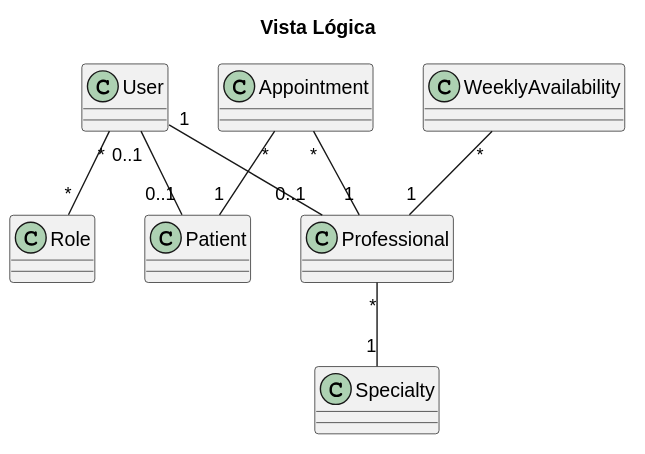
astern22/Piedrazul keeps this PlantUML diagram as docs/4 + 1/vista-logica.svg. Above is the earlier version. The source it was exported from:
```plantuml
@startuml
title Vista Lógica
class User
class Role
class Patient
class Professional
class Specialty
class WeeklyAvailability
class Appointment
User "*" -- "*" Role
User "1" -- "0..1" Professional
User "0..1" -- "0..1" Patient
Professional "*" -- "1" Specialty
WeeklyAvailability "*" -- "1" Professional
Appointment "*" -- "1" Patient
Appointment "*" -- "1" Professional
@enduml
```
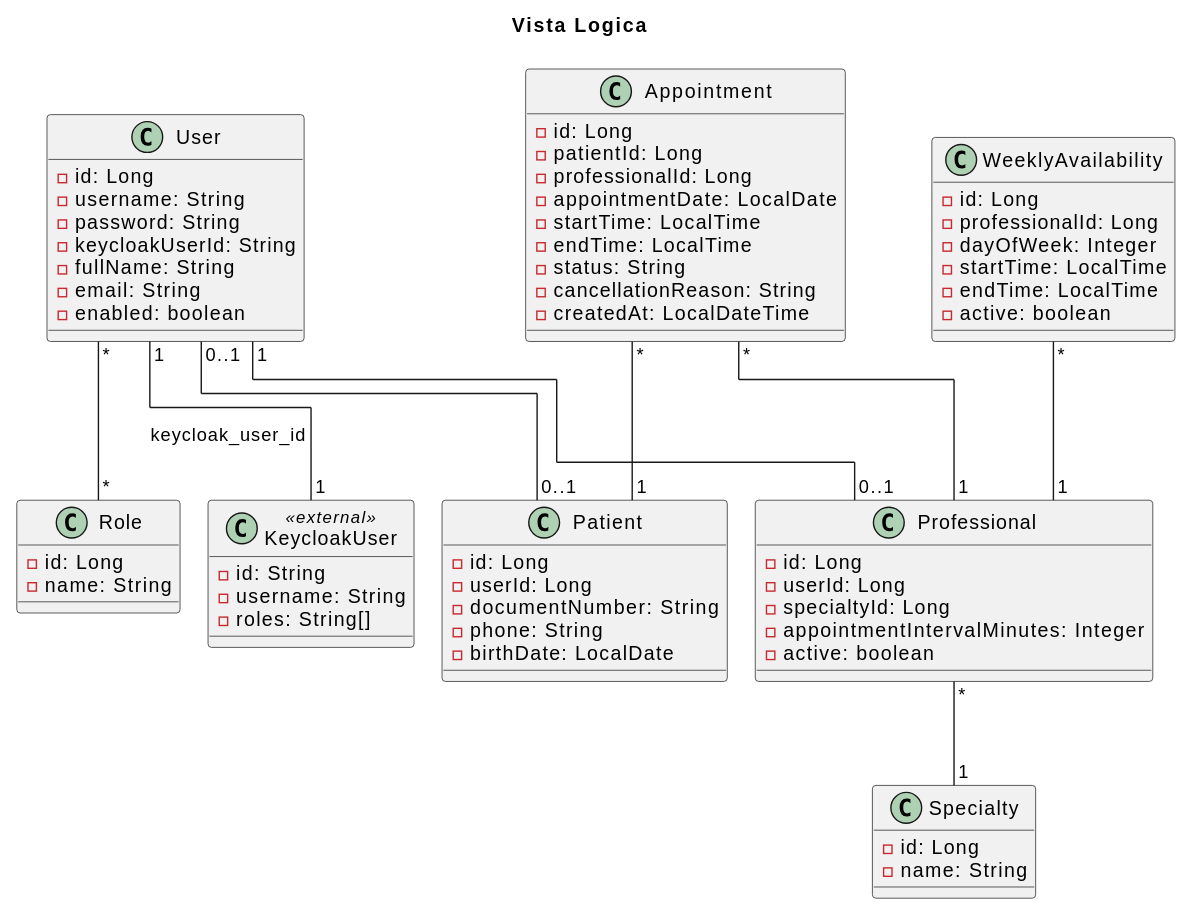
Above is the later version.

The edit, as a diff of the source:
```diff
@@ -1,15 +1,75 @@
 @startuml
-title Vista Lógica
-class User
-class Role
-class Patient
-class Professional
-class Specialty
-class WeeklyAvailability
-class Appointment
+!pragma layout elk
+skinparam linetype ortho
+title Vista Logica
+
+class User {
+  - id: Long
+  - username: String
+  - password: String
+  - keycloakUserId: String
+  - fullName: String
+  - email: String
+  - enabled: boolean
+}
+
+class Role {
+  - id: Long
+  - name: String
+}
+
+class Patient {
+  - id: Long
+  - userId: Long
+  - documentNumber: String
+  - phone: String
+  - birthDate: LocalDate
+}
+
+class Professional {
+  - id: Long
+  - userId: Long
+  - specialtyId: Long
+  - appointmentIntervalMinutes: Integer
+  - active: boolean
+}
+
+class Specialty {
+  - id: Long
+  - name: String
+}
+
+class WeeklyAvailability {
+  - id: Long
+  - professionalId: Long
+  - dayOfWeek: Integer
+  - startTime: LocalTime
+  - endTime: LocalTime
+  - active: boolean
+}
+
+class Appointment {
+  - id: Long
+  - patientId: Long
+  - professionalId: Long
+  - appointmentDate: LocalDate
+  - startTime: LocalTime
+  - endTime: LocalTime
+  - status: String
+  - cancellationReason: String
+  - createdAt: LocalDateTime
+}
+
+class KeycloakUser <<external>> {
+  - id: String
+  - username: String
+  - roles: String[]
+}
+
 User "*" -- "*" Role
 User "1" -- "0..1" Professional
 User "0..1" -- "0..1" Patient
+User "1" -- "1" KeycloakUser : keycloak_user_id
 Professional "*" -- "1" Specialty
 WeeklyAvailability "*" -- "1" Professional
 Appointment "*" -- "1" Patient
```
